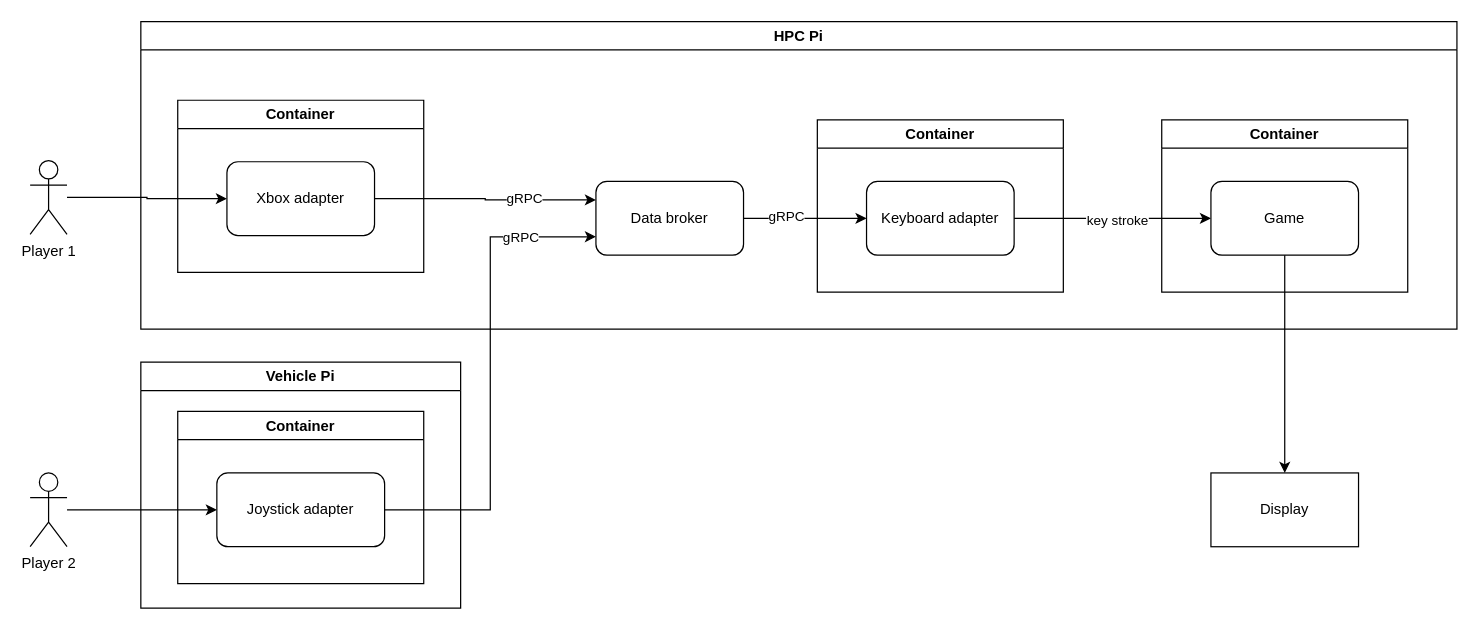
Eclipse-SDV-Hackathon-Chapter-Two/GearShiftGamers keeps this draw.io diagram as solution_architecture.drawio. Above is the earlier version. Source tidied: cells renumbered, new cells numbered last; positions are measured from the earlier drawing's top-left corner, leaving out a move shared by most shapes. Both pictures are drawn from the tidied source at 123%, with x=0, y=0 at pixel (30, 21).
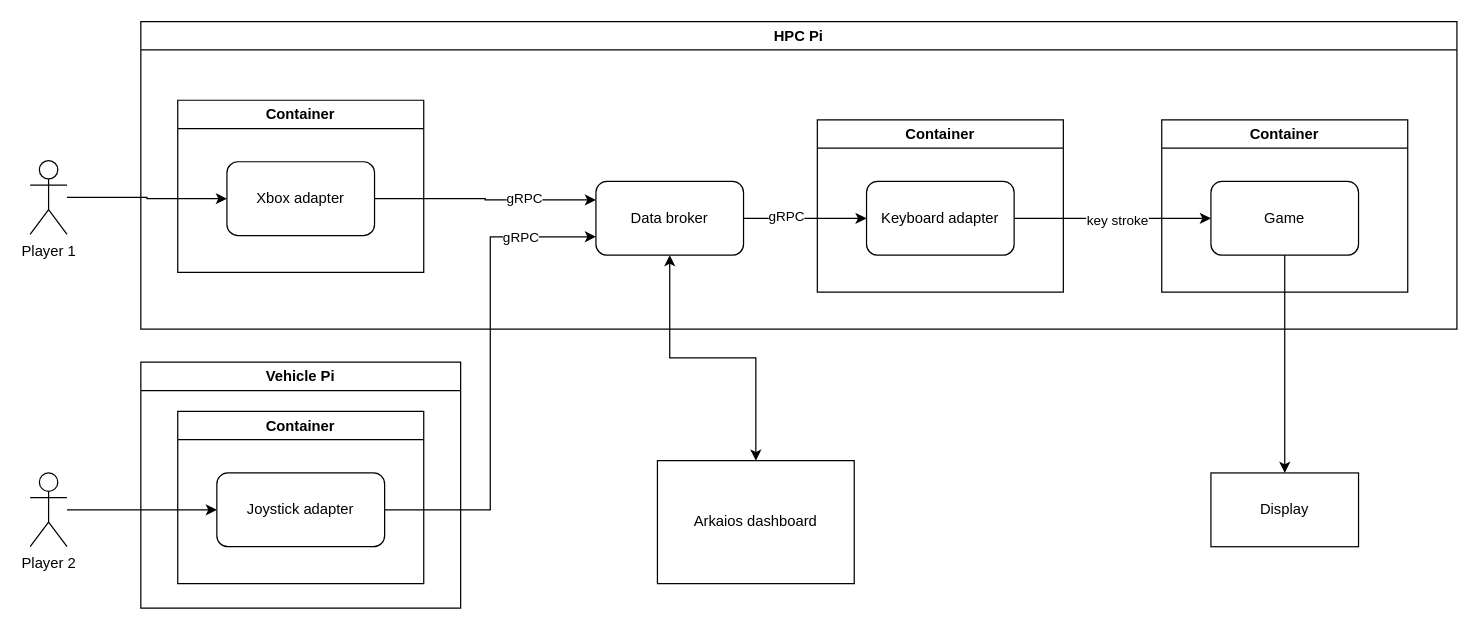
Above is the later version.

Commit message:
Updated the architecture diagram

Unchanged cells that the change refers to:
```xml
<mxCell id="8" value="Data broker" style="rounded=1;whiteSpace=wrap;html=1;" parent="1" vertex="1">
  <mxGeometry x="460" y="130" width="120" height="60" as="geometry" />
</mxCell>
```

The edit, as a diff of the source:
```diff
@@
+    <mxCell id="27" style="edgeStyle=orthogonalEdgeStyle;rounded=0;jettySize=auto;html=1;startArrow=classic;startFill=1;" parent="1" edge="1" source="8" target="28">
+      <mxGeometry relative="1" as="geometry" />
+    </mxCell>
@@
+    <mxCell id="28" value="Arkaios dashboard" style="whiteSpace=wrap;html=1;" parent="1" vertex="1">
+      <mxGeometry x="510" y="357" width="160" height="100" as="geometry" />
+    </mxCell>
```
